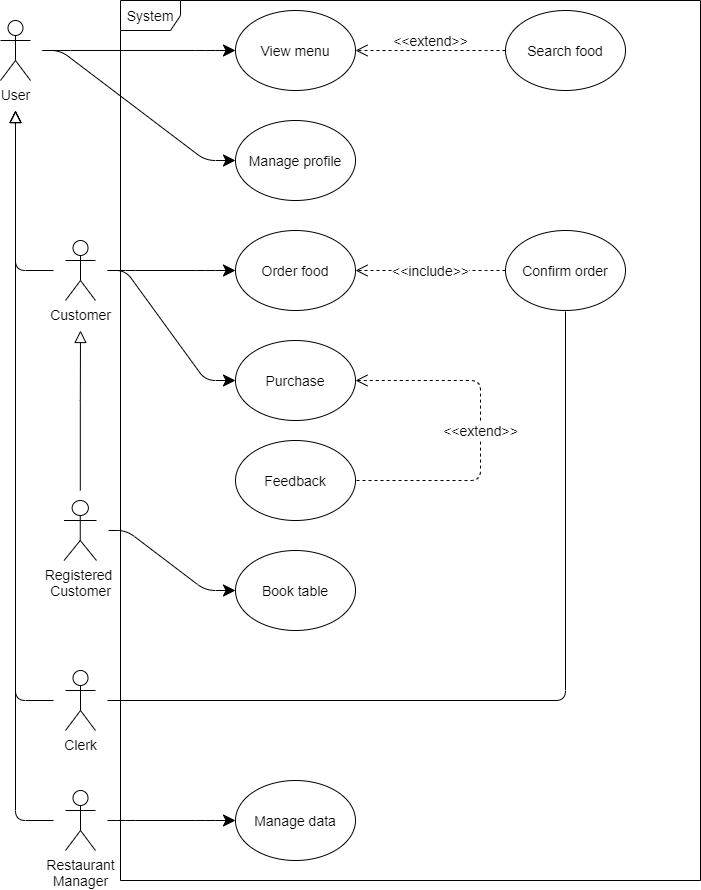
Above: images/system.png in thanhtoan1742/OWCA_POS (draw.io), before the change. Source tidied: cells renumbered, new cells last; positions are measured from the earlier drawing's top-left corner, leaving out a move shared by most shapes.
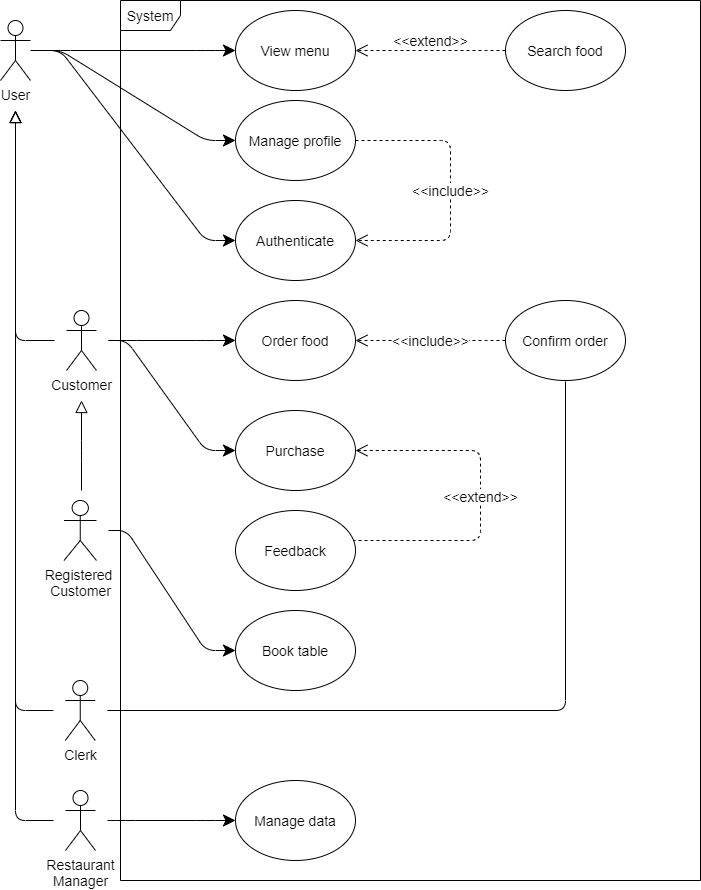
After the change.

What changed in the source:
```diff
@@ -2,100 +2,122 @@
   <root>
     <mxCell id="0" />
     <mxCell id="1" parent="0" />
-    <mxCell id="2" value="System" style="shape=umlFrame;whiteSpace=wrap;html=1;rounded=0;sketch=0;fontSize=14;width=60;height=30;" parent="1" vertex="1">
+    <mxCell id="2" value="System" style="shape=umlFrame;whiteSpace=wrap;html=1;sketch=0;fontSize=14;width=60;height=30;" parent="1" vertex="1">
       <mxGeometry x="120" width="580" height="880" as="geometry" />
     </mxCell>
     <mxCell id="3" value="View menu" style="ellipse;whiteSpace=wrap;html=1;fontSize=14;" parent="1" vertex="1">
       <mxGeometry x="235" y="10" width="120" height="80" as="geometry" />
     </mxCell>
-    <mxCell id="4" value="&amp;lt;&amp;lt;extend&amp;gt;&amp;gt;" style="edgeStyle=entityRelationEdgeStyle;rounded=1;sketch=0;jettySize=auto;html=1;fontSize=14;endArrow=open;endFill=0;endSize=10;dashed=1;" parent="1" edge="1" source="5" target="3">
+    <mxCell id="4" value="&amp;lt;&amp;lt;extend&amp;gt;&amp;gt;" style="edgeStyle=entityRelationEdgeStyle;sketch=0;jettySize=auto;html=1;fontSize=14;endArrow=open;endFill=0;endSize=10;dashed=1;" parent="1" edge="1" source="5" target="3">
       <mxGeometry y="-10" relative="1" as="geometry" />
     </mxCell>
     <mxCell id="5" value="Search food" style="ellipse;whiteSpace=wrap;html=1;fontSize=14;" parent="1" vertex="1">
       <mxGeometry x="505" y="10" width="120" height="80" as="geometry" />
     </mxCell>
-    <mxCell id="6" style="edgeStyle=entityRelationEdgeStyle;rounded=1;sketch=0;jettySize=auto;html=1;fontSize=14;endSize=10;sourcePerimeterSpacing=12;endArrow=classic;endFill=1;" parent="1" edge="1" source="8" target="9">
+    <mxCell id="6" style="edgeStyle=entityRelationEdgeStyle;sketch=0;jettySize=auto;html=1;fontSize=14;endSize=10;sourcePerimeterSpacing=12;endArrow=classic;endFill=1;" parent="1" edge="1" source="8" target="9">
       <mxGeometry relative="1" as="geometry" />
     </mxCell>
-    <mxCell id="7" style="edgeStyle=entityRelationEdgeStyle;rounded=1;sketch=0;jettySize=auto;html=1;fontSize=14;endSize=10;sourcePerimeterSpacing=12;endArrow=classic;endFill=1;" parent="1" edge="1" source="8" target="3">
+    <mxCell id="7" style="edgeStyle=entityRelationEdgeStyle;sketch=0;jettySize=auto;html=1;fontSize=14;endSize=10;sourcePerimeterSpacing=12;endArrow=classic;endFill=1;" parent="1" edge="1" source="8" target="3">
       <mxGeometry relative="1" as="geometry" />
     </mxCell>
+    <mxCell id="31" style="edgeStyle=entityRelationEdgeStyle;jettySize=auto;html=1;endSize=10;" parent="1" edge="1" source="8" target="33">
+      <mxGeometry relative="1" as="geometry" />
+    </mxCell>
-    <mxCell id="8" value="User" style="shape=umlActor;verticalLabelPosition=bottom;verticalAlign=top;html=1;rounded=0;sketch=0;fontSize=14;" parent="1" vertex="1">
+    <mxCell id="8" value="User" style="shape=umlActor;verticalLabelPosition=bottom;verticalAlign=top;html=1;sketch=0;fontSize=14;" parent="1" vertex="1">
       <mxGeometry y="20" width="30" height="60" as="geometry" />
     </mxCell>
+    <mxCell id="32" value="&amp;lt;&amp;lt;include&amp;gt;&amp;gt;" style="jettySize=auto;html=1;endSize=10;endArrow=open;endFill=0;fontSize=14;dashed=1;edgeStyle=elbowEdgeStyle;" parent="1" edge="1" source="9" target="33">
+      <mxGeometry relative="1" as="geometry">
+        <Array as="points">
+          <mxPoint x="450" y="190" />
+        </Array>
+      </mxGeometry>
+    </mxCell>
     <mxCell id="9" value="Manage profile" style="ellipse;whiteSpace=wrap;html=1;fontSize=14;" parent="1" vertex="1">
-      <mxGeometry x="235" y="120" width="120" height="80" as="geometry" />
+      <mxGeometry x="235" y="100" width="120" height="80" as="geometry" />
     </mxCell>
     <mxCell id="10" value="Order food" style="ellipse;whiteSpace=wrap;html=1;fontSize=14;" parent="1" vertex="1">
-      <mxGeometry x="235" y="230" width="120" height="80" as="geometry" />
+      <mxGeometry x="235" y="300" width="120" height="80" as="geometry" />
     </mxCell>
     <mxCell id="11" value="Book table" style="ellipse;whiteSpace=wrap;html=1;fontSize=14;" parent="1" vertex="1">
-      <mxGeometry x="235" y="550" width="120" height="80" as="geometry" />
+      <mxGeometry x="235" y="610" width="120" height="80" as="geometry" />
     </mxCell>
     <mxCell id="12" value="Purchase" style="ellipse;whiteSpace=wrap;html=1;fontSize=14;" parent="1" vertex="1">
-      <mxGeometry x="235" y="340" width="120" height="80" as="geometry" />
+      <mxGeometry x="235" y="410" width="120" height="80" as="geometry" />
     </mxCell>
     <mxCell id="13" value="Feedback" style="ellipse;whiteSpace=wrap;html=1;fontSize=14;" parent="1" vertex="1">
-      <mxGeometry x="235" y="440" width="120" height="80" as="geometry" />
+      <mxGeometry x="235" y="510" width="120" height="80" as="geometry" />
     </mxCell>
-    <mxCell id="14" value="&amp;lt;&amp;lt;include&amp;gt;&amp;gt;" style="edgeStyle=entityRelationEdgeStyle;rounded=1;sketch=0;jettySize=auto;html=1;fontSize=14;endArrow=open;endFill=0;endSize=10;sourcePerimeterSpacing=0;targetPerimeterSpacing=0;dashed=1;" parent="1" edge="1" source="15" target="10">
+    <mxCell id="14" value="&amp;lt;&amp;lt;include&amp;gt;&amp;gt;" style="edgeStyle=entityRelationEdgeStyle;sketch=0;jettySize=auto;html=1;fontSize=14;endArrow=open;endFill=0;endSize=10;sourcePerimeterSpacing=0;targetPerimeterSpacing=0;dashed=1;" parent="1" edge="1" source="15" target="10">
       <mxGeometry relative="1" as="geometry" />
     </mxCell>
     <mxCell id="15" value="Confirm order" style="ellipse;whiteSpace=wrap;html=1;fontSize=14;" parent="1" vertex="1">
-      <mxGeometry x="505" y="230" width="120" height="80" as="geometry" />
+      <mxGeometry x="505" y="300" width="120" height="80" as="geometry" />
     </mxCell>
     <mxCell id="16" value="Manage data" style="ellipse;whiteSpace=wrap;html=1;fontSize=14;" parent="1" vertex="1">
       <mxGeometry x="235" y="780" width="120" height="80" as="geometry" />
     </mxCell>
-    <mxCell id="17" style="edgeStyle=entityRelationEdgeStyle;rounded=1;sketch=0;jettySize=auto;html=1;fontSize=14;endSize=10;sourcePerimeterSpacing=12;strokeWidth=1;endArrow=classic;endFill=1;" parent="1" edge="1" source="23" target="10">
+    <mxCell id="17" style="edgeStyle=entityRelationEdgeStyle;sketch=0;jettySize=auto;html=1;fontSize=14;endSize=10;sourcePerimeterSpacing=12;strokeWidth=1;endArrow=classic;endFill=1;" parent="1" edge="1" source="23" target="10">
       <mxGeometry relative="1" as="geometry" />
     </mxCell>
-    <mxCell id="18" style="edgeStyle=entityRelationEdgeStyle;rounded=1;sketch=0;jettySize=auto;html=1;fontSize=14;endSize=10;sourcePerimeterSpacing=12;endArrow=classic;endFill=1;" parent="1" edge="1" source="30" target="11">
+    <mxCell id="18" style="edgeStyle=entityRelationEdgeStyle;sketch=0;jettySize=auto;html=1;fontSize=14;endSize=10;sourcePerimeterSpacing=12;endArrow=classic;endFill=1;" parent="1" edge="1" source="30" target="11">
       <mxGeometry relative="1" as="geometry" />
     </mxCell>
-    <mxCell id="19" style="edgeStyle=entityRelationEdgeStyle;rounded=1;sketch=0;jettySize=auto;html=1;fontSize=14;endSize=10;sourcePerimeterSpacing=12;endArrow=classic;endFill=1;" parent="1" edge="1" source="23" target="12">
+    <mxCell id="19" style="edgeStyle=entityRelationEdgeStyle;sketch=0;jettySize=auto;html=1;fontSize=14;endSize=10;sourcePerimeterSpacing=12;endArrow=classic;endFill=1;" parent="1" edge="1" source="23" target="12">
       <mxGeometry relative="1" as="geometry" />
     </mxCell>
-    <mxCell id="20" value="&amp;lt;&amp;lt;extend&amp;gt;&amp;gt;" style="edgeStyle=elbowEdgeStyle;rounded=1;sketch=0;jettySize=auto;html=1;fontSize=14;endSize=6;startArrow=open;startFill=0;endArrow=none;endFill=0;startSize=10;dashed=1;sourcePerimeterSpacing=0;" parent="1" edge="1" source="12" target="13">
+    <mxCell id="20" value="&amp;lt;&amp;lt;extend&amp;gt;&amp;gt;" style="edgeStyle=elbowEdgeStyle;sketch=0;jettySize=auto;html=1;fontSize=14;endSize=6;startArrow=open;startFill=0;endArrow=none;endFill=0;startSize=10;dashed=1;sourcePerimeterSpacing=0;" parent="1" edge="1" source="12" target="13">
       <mxGeometry relative="1" as="geometry">
         <Array as="points">
           <mxPoint x="480" y="540" />
         </Array>
       </mxGeometry>
     </mxCell>
-    <mxCell id="21" style="edgeStyle=orthogonalEdgeStyle;rounded=1;sketch=0;jettySize=auto;html=1;fontSize=14;endSize=10;targetPerimeterSpacing=30;sourcePerimeterSpacing=12;endArrow=block;endFill=0;" parent="1" edge="1" source="23" target="8">
+    <mxCell id="21" style="edgeStyle=orthogonalEdgeStyle;sketch=0;jettySize=auto;html=1;fontSize=14;endSize=10;targetPerimeterSpacing=30;sourcePerimeterSpacing=12;endArrow=block;endFill=0;" parent="1" edge="1" source="23" target="8">
       <mxGeometry relative="1" as="geometry" />
     </mxCell>
-    <mxCell id="22" style="edgeStyle=orthogonalEdgeStyle;rounded=0;jettySize=auto;html=1;startArrow=none;startFill=0;endArrow=block;endFill=0;startSize=10;sourcePerimeterSpacing=10;targetPerimeterSpacing=30;endSize=10;" parent="1" edge="1" source="30" target="23">
-      <mxGeometry relative="1" as="geometry" />
+    <mxCell id="22" style="edgeStyle=orthogonalEdgeStyle;jettySize=auto;html=1;startArrow=none;startFill=0;endArrow=block;endFill=0;startSize=10;sourcePerimeterSpacing=10;targetPerimeterSpacing=30;endSize=10;" parent="1" edge="1" source="30" target="23">
+      <mxGeometry relative="1" as="geometry">
+        <Array as="points">
+          <mxPoint x="81" y="450" />
+          <mxPoint x="81" y="450" />
+        </Array>
+      </mxGeometry>
     </mxCell>
     <mxCell id="23" value="Customer" style="shape=umlActor;verticalLabelPosition=bottom;verticalAlign=top;html=1;fontSize=14;" parent="1" vertex="1">
-      <mxGeometry x="65" y="240" width="30" height="60" as="geometry" />
+      <mxGeometry x="66" y="310" width="30" height="60" as="geometry" />
     </mxCell>
-    <mxCell id="24" style="edgeStyle=entityRelationEdgeStyle;rounded=1;sketch=0;jettySize=auto;html=1;fontSize=14;endSize=10;sourcePerimeterSpacing=12;endArrow=classic;endFill=1;" parent="1" edge="1" source="26" target="16">
+    <mxCell id="24" style="edgeStyle=entityRelationEdgeStyle;sketch=0;jettySize=auto;html=1;fontSize=14;endSize=10;sourcePerimeterSpacing=12;endArrow=classic;endFill=1;" parent="1" edge="1" source="26" target="16">
       <mxGeometry relative="1" as="geometry" />
     </mxCell>
-    <mxCell id="25" style="edgeStyle=orthogonalEdgeStyle;rounded=1;sketch=0;jettySize=auto;html=1;fontSize=14;endArrow=block;endFill=0;endSize=10;sourcePerimeterSpacing=12;targetPerimeterSpacing=30;" parent="1" edge="1" source="26" target="8">
+    <mxCell id="25" style="edgeStyle=orthogonalEdgeStyle;sketch=0;jettySize=auto;html=1;fontSize=14;endArrow=block;endFill=0;endSize=10;sourcePerimeterSpacing=12;targetPerimeterSpacing=30;" parent="1" edge="1" source="26" target="8">
       <mxGeometry relative="1" as="geometry" />
     </mxCell>
-    <mxCell id="26" value="Restaurant&lt;br&gt;Manager" style="shape=umlActor;verticalLabelPosition=bottom;verticalAlign=top;html=1;rounded=0;sketch=0;fontSize=14;" parent="1" vertex="1">
+    <mxCell id="26" value="Restaurant&lt;br&gt;Manager" style="shape=umlActor;verticalLabelPosition=bottom;verticalAlign=top;html=1;sketch=0;fontSize=14;" parent="1" vertex="1">
       <mxGeometry x="65" y="790" width="30" height="60" as="geometry" />
     </mxCell>
-    <mxCell id="27" style="edgeStyle=orthogonalEdgeStyle;rounded=1;sketch=0;jettySize=auto;html=1;fontSize=14;endArrow=none;endFill=0;endSize=10;sourcePerimeterSpacing=12;targetPerimeterSpacing=1;startArrow=none;startFill=0;startSize=10;" parent="1" edge="1" source="29" target="15">
-      <mxGeometry relative="1" as="geometry" />
+    <mxCell id="27" style="edgeStyle=orthogonalEdgeStyle;sketch=0;jettySize=auto;html=1;fontSize=14;endArrow=none;endFill=0;endSize=10;sourcePerimeterSpacing=12;targetPerimeterSpacing=1;startArrow=none;startFill=0;startSize=10;" parent="1" edge="1" source="29" target="15">
+      <mxGeometry relative="1" as="geometry">
+        <Array as="points">
+          <mxPoint x="565" y="710" />
+        </Array>
+      </mxGeometry>
     </mxCell>
-    <mxCell id="28" style="edgeStyle=orthogonalEdgeStyle;rounded=1;sketch=0;jettySize=auto;html=1;fontSize=14;endArrow=block;endFill=0;endSize=10;sourcePerimeterSpacing=12;targetPerimeterSpacing=30;" parent="1" edge="1" source="29" target="8">
+    <mxCell id="28" style="edgeStyle=orthogonalEdgeStyle;sketch=0;jettySize=auto;html=1;fontSize=14;endArrow=block;endFill=0;endSize=10;sourcePerimeterSpacing=12;targetPerimeterSpacing=30;" parent="1" edge="1" source="29" target="8">
       <mxGeometry relative="1" as="geometry">
         <Array as="points">
-          <mxPoint x="15" y="700" />
+          <mxPoint x="15" y="710" />
         </Array>
       </mxGeometry>
     </mxCell>
-    <mxCell id="29" value="Clerk&lt;br&gt;" style="shape=umlActor;verticalLabelPosition=bottom;verticalAlign=top;html=1;rounded=0;sketch=0;fontSize=14;" parent="1" vertex="1">
-      <mxGeometry x="65" y="670" width="30" height="60" as="geometry" />
+    <mxCell id="29" value="Clerk&lt;br&gt;" style="shape=umlActor;verticalLabelPosition=bottom;verticalAlign=top;html=1;sketch=0;fontSize=14;" parent="1" vertex="1">
+      <mxGeometry x="64.8" y="680" width="30" height="60" as="geometry" />
     </mxCell>
     <mxCell id="30" value="Registered &lt;br&gt;Customer" style="shape=umlActor;verticalLabelPosition=bottom;verticalAlign=top;html=1;fontSize=14;" parent="1" vertex="1">
       <mxGeometry x="63.5" y="500" width="32.5" height="60" as="geometry" />
     </mxCell>
+    <mxCell id="33" value="Authenticate" style="ellipse;whiteSpace=wrap;html=1;fontSize=14;" parent="1" vertex="1">
+      <mxGeometry x="235" y="200" width="120" height="80" as="geometry" />
+    </mxCell>
   </root>
 </mxGraphModel>
```
